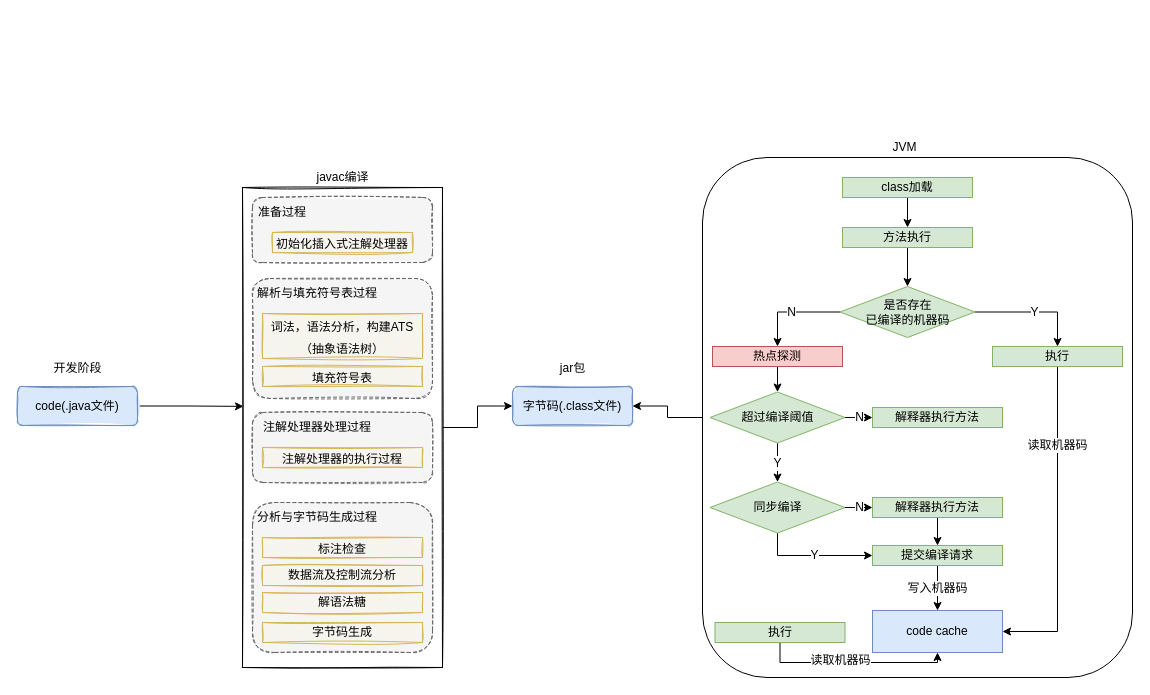
The draw.io diagram draw-io/AQS.drawio in kpsmile95/file-repository, before the edit. Source tidied: cells renumbered, new cells numbered last; positions are measured from the earlier drawing's top-left corner, leaving out a move shared by most shapes. Both pictures are drawn from the tidied source at 100%, with x=0, y=0 at pixel (17, 137).
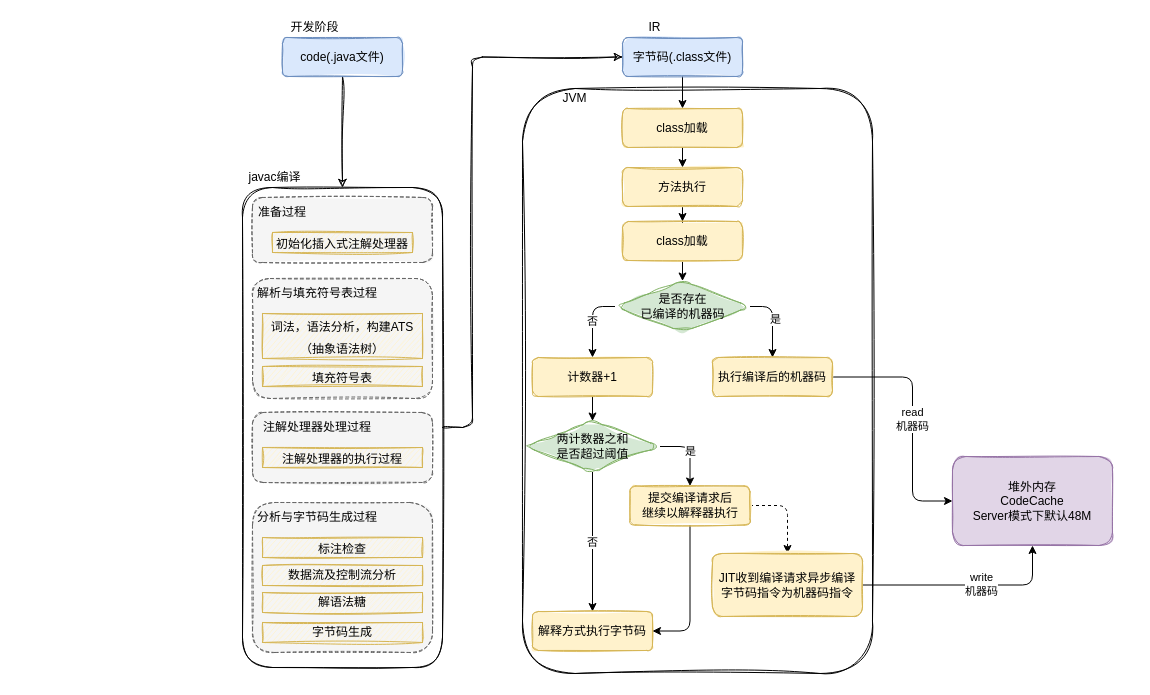
After the change.

What changed in the source:
```diff
@@
+    <mxCell id="27" style="rounded=1;whiteSpace=wrap;html=1;fontSize=12;sketch=1;curveFitting=1;jiggle=2;" parent="1" vertex="1">
+      <mxGeometry x="505" y="-49" width="350" height="585" as="geometry" />
+    </mxCell>
-    <mxCell id="2" style="edgeStyle=orthogonalEdgeStyle;rounded=0;jettySize=auto;html=1;exitX=1;exitY=0.5;exitDx=0;exitDy=0;entryX=0.005;entryY=0.456;entryDx=0;entryDy=0;entryPerimeter=0;fontSize=12;" parent="1" edge="1" source="3" target="6">
+    <mxCell id="2" style="edgeStyle=orthogonalEdgeStyle;rounded=1;jettySize=auto;html=1;exitX=0.5;exitY=1;exitDx=0;exitDy=0;entryX=0.5;entryY=0;entryDx=0;entryDy=0;sketch=1;curveFitting=1;jiggle=2;" parent="1" edge="1" source="3" target="6">
       <mxGeometry relative="1" as="geometry" />
     </mxCell>
     <mxCell id="3" value="&lt;div&gt;code(.java文件)&lt;br&gt;&lt;/div&gt;" style="rounded=1;whiteSpace=wrap;html=1;sketch=1;fillColor=#dae8fc;strokeColor=#6c8ebf;fillStyle=solid;" parent="1" vertex="1">
-      <mxGeometry y="249" width="120" height="39" as="geometry" />
+      <mxGeometry x="265" y="-100" width="120" height="39" as="geometry" />
     </mxCell>
     <mxCell id="4" value="开发阶段" style="text;html=1;strokeColor=none;fillColor=none;align=center;verticalAlign=middle;whiteSpace=wrap;rounded=0;sketch=1;" parent="1" vertex="1">
-      <mxGeometry x="27.5" y="221" width="65" height="20" as="geometry" />
+      <mxGeometry x="265" y="-120" width="65" height="20" as="geometry" />
     </mxCell>
-    <mxCell id="5" style="edgeStyle=orthogonalEdgeStyle;rounded=0;jettySize=auto;html=1;exitX=1;exitY=0.5;exitDx=0;exitDy=0;entryX=0;entryY=0.5;entryDx=0;entryDy=0;fontSize=12;" parent="1" edge="1" source="6" target="24">
-      <mxGeometry relative="1" as="geometry" />
+    <mxCell id="5" style="edgeStyle=orthogonalEdgeStyle;rounded=1;jettySize=auto;html=1;exitX=1;exitY=0.5;exitDx=0;exitDy=0;entryX=0;entryY=0.5;entryDx=0;entryDy=0;fontSize=12;sketch=1;curveFitting=1;jiggle=2;" parent="1" edge="1" source="6" target="24">
+      <mxGeometry relative="1" as="geometry">
+        <Array as="points">
+          <mxPoint x="455" y="290" />
+          <mxPoint x="455" y="-80" />
+        </Array>
+      </mxGeometry>
     </mxCell>
-    <mxCell id="6" style="rounded=0;whiteSpace=wrap;html=1;fontSize=18;sketch=1;shadow=0;glass=0;" parent="1" vertex="1">
+    <mxCell id="6" style="rounded=1;whiteSpace=wrap;html=1;fontSize=18;sketch=1;shadow=0;glass=0;" parent="1" vertex="1">
       <mxGeometry x="225" y="50" width="200" height="480" as="geometry" />
     </mxCell>
@@
     <mxCell id="23" value="javac编译" style="text;html=1;strokeColor=none;fillColor=none;align=center;verticalAlign=middle;whiteSpace=wrap;rounded=0;sketch=1;" parent="1" vertex="1">
-      <mxGeometry x="292.5" y="30" width="65" height="20" as="geometry" />
+      <mxGeometry x="225" y="30" width="65" height="20" as="geometry" />
     </mxCell>
+    <mxCell id="56" style="edgeStyle=orthogonalEdgeStyle;rounded=1;jettySize=auto;html=1;exitX=0.5;exitY=1;exitDx=0;exitDy=0;entryX=0.5;entryY=0;entryDx=0;entryDy=0;" parent="1" edge="1" source="24" target="59">
+      <mxGeometry relative="1" as="geometry" />
+    </mxCell>
     <mxCell id="24" value="字节码(.class文件)" style="rounded=1;whiteSpace=wrap;html=1;sketch=1;fillColor=#dae8fc;strokeColor=#6c8ebf;fillStyle=solid;" parent="1" vertex="1">
-      <mxGeometry x="495" y="249" width="120" height="39" as="geometry" />
+      <mxGeometry x="605" y="-100" width="120" height="39" as="geometry" />
     </mxCell>
-    <mxCell id="25" value="jar包" style="text;html=1;strokeColor=none;fillColor=none;align=center;verticalAlign=middle;whiteSpace=wrap;rounded=0;sketch=1;" parent="1" vertex="1">
-      <mxGeometry x="522.5" y="221" width="65" height="20" as="geometry" />
+    <mxCell id="25" value="IR" style="text;html=1;strokeColor=none;fillColor=none;align=center;verticalAlign=middle;whiteSpace=wrap;rounded=0;sketch=1;" parent="1" vertex="1">
+      <mxGeometry x="605" y="-120" width="65" height="20" as="geometry" />
     </mxCell>
-    <mxCell id="26" style="edgeStyle=orthogonalEdgeStyle;rounded=0;jettySize=auto;html=1;exitX=0;exitY=0.5;exitDx=0;exitDy=0;entryX=1;entryY=0.5;entryDx=0;entryDy=0;fontSize=12;" parent="1" edge="1" source="27" target="24">
-      <mxGeometry relative="1" as="geometry" />
-    </mxCell>
-    <mxCell id="27" style="rounded=1;whiteSpace=wrap;html=1;fontSize=12;" parent="1" vertex="1">
-      <mxGeometry x="685" y="20" width="430" height="520" as="geometry" />
-    </mxCell>
-    <mxCell id="28" style="edgeStyle=orthogonalEdgeStyle;rounded=0;jettySize=auto;html=1;exitX=0.5;exitY=1;exitDx=0;exitDy=0;entryX=0.5;entryY=0;entryDx=0;entryDy=0;fontSize=12;" parent="1" edge="1" source="29" target="31">
-      <mxGeometry relative="1" as="geometry" />
-    </mxCell>
-    <mxCell id="29" value="class加载" style="rounded=0;whiteSpace=wrap;html=1;fontSize=12;fillColor=#d5e8d4;strokeColor=#82b366;" parent="1" vertex="1">
-      <mxGeometry x="825" y="40" width="130" height="20" as="geometry" />
-    </mxCell>
+    <mxCell id="55" value="JVM" style="text;html=1;strokeColor=none;fillColor=none;align=center;verticalAlign=middle;whiteSpace=wrap;rounded=0;sketch=1;" parent="1" vertex="1">
+      <mxGeometry x="525" y="-49" width="65" height="20" as="geometry" />
+    </mxCell>
+    <mxCell id="57" style="edgeStyle=orthogonalEdgeStyle;rounded=0;jettySize=auto;html=1;exitX=0.5;exitY=1;exitDx=0;exitDy=0;entryX=0.5;entryY=0;entryDx=0;entryDy=0;" parent="1" edge="1" source="59" target="31">
+      <mxGeometry relative="1" as="geometry" />
+    </mxCell>
+    <mxCell id="58" style="edgeStyle=orthogonalEdgeStyle;rounded=1;jettySize=auto;html=1;" parent="1" edge="1" source="59" target="78">
+      <mxGeometry relative="1" as="geometry" />
+    </mxCell>
+    <mxCell id="59" value="class加载" style="rounded=1;whiteSpace=wrap;html=1;sketch=1;fillColor=#fff2cc;strokeColor=#d6b656;fillStyle=solid;" parent="1" vertex="1">
+      <mxGeometry x="605" y="-29" width="120" height="39" as="geometry" />
+    </mxCell>
-    <mxCell id="30" style="edgeStyle=orthogonalEdgeStyle;rounded=0;jettySize=auto;html=1;exitX=0.5;exitY=1;exitDx=0;exitDy=0;entryX=0.5;entryY=0;entryDx=0;entryDy=0;fontSize=12;" parent="1" edge="1" source="31" target="34">
+    <mxCell id="30" style="edgeStyle=orthogonalEdgeStyle;rounded=1;jettySize=auto;html=1;" parent="1" edge="1" source="31" target="34">
       <mxGeometry relative="1" as="geometry" />
     </mxCell>
-    <mxCell id="31" value="方法执行" style="rounded=0;whiteSpace=wrap;html=1;fontSize=12;fillColor=#d5e8d4;strokeColor=#82b366;" parent="1" vertex="1">
-      <mxGeometry x="825" y="90" width="130" height="20" as="geometry" />
+    <mxCell id="31" value="方法执行" style="rounded=1;whiteSpace=wrap;html=1;sketch=1;fillColor=#fff2cc;strokeColor=#d6b656;fillStyle=solid;" parent="1" vertex="1">
+      <mxGeometry x="605" y="30" width="120" height="39" as="geometry" />
     </mxCell>
-    <mxCell id="32" value="N" style="edgeStyle=orthogonalEdgeStyle;rounded=0;jettySize=auto;html=1;exitX=0;exitY=0.5;exitDx=0;exitDy=0;entryX=0.5;entryY=0;entryDx=0;entryDy=0;fontSize=12;" parent="1" edge="1" source="34" target="39">
-      <mxGeometry relative="1" as="geometry" />
-    </mxCell>
-    <mxCell id="33" value="Y" style="edgeStyle=orthogonalEdgeStyle;rounded=0;jettySize=auto;html=1;exitX=1;exitY=0.5;exitDx=0;exitDy=0;entryX=0.5;entryY=0;entryDx=0;entryDy=0;fontSize=12;" parent="1" edge="1" source="34" target="37">
-      <mxGeometry relative="1" as="geometry" />
-    </mxCell>
+    <mxCell id="60" style="edgeStyle=orthogonalEdgeStyle;rounded=1;jettySize=auto;html=1;exitX=1;exitY=0.5;exitDx=0;exitDy=0;entryX=0.5;entryY=0;entryDx=0;entryDy=0;" parent="1" edge="1" source="34" target="67">
+      <mxGeometry relative="1" as="geometry" />
+    </mxCell>
+    <mxCell id="61" value="是" style="edgeLabel;html=1;align=center;verticalAlign=middle;" parent="60" vertex="1">
+      <mxGeometry x="-0.05" y="2" relative="1" as="geometry" />
+    </mxCell>
+    <mxCell id="62" value="否" style="edgeStyle=orthogonalEdgeStyle;rounded=1;jettySize=auto;html=1;exitX=0;exitY=0.5;exitDx=0;exitDy=0;entryX=0.5;entryY=0;entryDx=0;entryDy=0;" parent="1" edge="1" source="34" target="64">
+      <mxGeometry relative="1" as="geometry" />
+    </mxCell>
-    <mxCell id="34" value="&lt;div&gt;是否存在&lt;/div&gt;&lt;div&gt;已编译的机器码&lt;/div&gt;" style="rhombus;whiteSpace=wrap;html=1;fontSize=12;fillColor=#d5e8d4;strokeColor=#82b366;" parent="1" vertex="1">
-      <mxGeometry x="822.5" y="149" width="135" height="51" as="geometry" />
+    <mxCell id="34" value="&lt;div&gt;是否存在&lt;/div&gt;&lt;div&gt;已编译的机器码&lt;/div&gt;" style="rhombus;whiteSpace=wrap;html=1;fontSize=12;fillColor=#d5e8d4;strokeColor=#82b366;fillStyle=solid;rounded=1;sketch=1;curveFitting=1;jiggle=2;" parent="1" vertex="1">
+      <mxGeometry x="597.5" y="143.5" width="135" height="51" as="geometry" />
     </mxCell>
-    <mxCell id="35" style="edgeStyle=orthogonalEdgeStyle;rounded=0;jettySize=auto;html=1;exitX=0.5;exitY=1;exitDx=0;exitDy=0;entryX=1;entryY=0.5;entryDx=0;entryDy=0;fontSize=12;" parent="1" edge="1" source="37" target="51">
-      <mxGeometry relative="1" as="geometry" />
-    </mxCell>
-    <mxCell id="36" value="读取机器码" style="edgeLabel;html=1;align=center;verticalAlign=middle;fontSize=12;" parent="35" vertex="1">
-      <mxGeometry x="-0.51" y="-1" relative="1" as="geometry" />
-    </mxCell>
-    <mxCell id="37" value="执行" style="rounded=0;whiteSpace=wrap;html=1;fontSize=12;fillColor=#d5e8d4;strokeColor=#82b366;" parent="1" vertex="1">
-      <mxGeometry x="975" y="209" width="130" height="20" as="geometry" />
-    </mxCell>
-    <mxCell id="38" style="edgeStyle=orthogonalEdgeStyle;rounded=0;jettySize=auto;html=1;exitX=0.5;exitY=1;exitDx=0;exitDy=0;entryX=0.5;entryY=0;entryDx=0;entryDy=0;fontSize=12;" parent="1" edge="1" source="39" target="42">
-      <mxGeometry relative="1" as="geometry" />
-    </mxCell>
-    <mxCell id="39" value="热点探测" style="rounded=0;whiteSpace=wrap;html=1;fontSize=12;fillColor=#f8cecc;strokeColor=#b85450;" parent="1" vertex="1">
-      <mxGeometry x="695" y="209" width="130" height="20" as="geometry" />
-    </mxCell>
-    <mxCell id="40" value="Y" style="edgeStyle=orthogonalEdgeStyle;rounded=0;jettySize=auto;html=1;exitX=0.5;exitY=1;exitDx=0;exitDy=0;entryX=0.5;entryY=0;entryDx=0;entryDy=0;fontSize=12;" parent="1" edge="1" source="42" target="48">
-      <mxGeometry relative="1" as="geometry" />
-    </mxCell>
-    <mxCell id="41" value="N" style="edgeStyle=orthogonalEdgeStyle;rounded=0;jettySize=auto;html=1;exitX=1;exitY=0.5;exitDx=0;exitDy=0;entryX=0;entryY=0.5;entryDx=0;entryDy=0;fontSize=12;" parent="1" edge="1" source="42" target="43">
-      <mxGeometry relative="1" as="geometry" />
-    </mxCell>
-    <mxCell id="42" value="超过编译阈值" style="rhombus;whiteSpace=wrap;html=1;fontSize=12;fillColor=#d5e8d4;strokeColor=#82b366;" parent="1" vertex="1">
-      <mxGeometry x="692.5" y="254.5" width="135" height="51" as="geometry" />
-    </mxCell>
-    <mxCell id="43" value="解释器执行方法" style="rounded=0;whiteSpace=wrap;html=1;fontSize=12;fillColor=#d5e8d4;strokeColor=#82b366;" parent="1" vertex="1">
-      <mxGeometry x="855" y="270" width="130" height="20" as="geometry" />
-    </mxCell>
-    <mxCell id="44" style="edgeStyle=orthogonalEdgeStyle;rounded=0;jettySize=auto;html=1;exitX=0.5;exitY=1;exitDx=0;exitDy=0;entryX=0.5;entryY=0;entryDx=0;entryDy=0;fontSize=12;" parent="1" edge="1" source="45" target="50">
-      <mxGeometry relative="1" as="geometry" />
-    </mxCell>
-    <mxCell id="45" value="解释器执行方法" style="rounded=0;whiteSpace=wrap;html=1;fontSize=12;fillColor=#d5e8d4;strokeColor=#82b366;" parent="1" vertex="1">
-      <mxGeometry x="855" y="360" width="130" height="20" as="geometry" />
-    </mxCell>
-    <mxCell id="46" value="N" style="edgeStyle=orthogonalEdgeStyle;rounded=0;jettySize=auto;html=1;exitX=1;exitY=0.5;exitDx=0;exitDy=0;entryX=0;entryY=0.5;entryDx=0;entryDy=0;fontSize=12;" parent="1" edge="1" source="48" target="45">
-      <mxGeometry relative="1" as="geometry" />
-    </mxCell>
-    <mxCell id="47" value="Y" style="edgeStyle=orthogonalEdgeStyle;rounded=0;jettySize=auto;html=1;exitX=0.5;exitY=1;exitDx=0;exitDy=0;entryX=0;entryY=0.5;entryDx=0;entryDy=0;fontSize=12;" parent="1" edge="1" source="48" target="50">
-      <mxGeometry relative="1" as="geometry" />
-    </mxCell>
-    <mxCell id="48" value="同步编译" style="rhombus;whiteSpace=wrap;html=1;fontSize=12;fillColor=#d5e8d4;strokeColor=#82b366;" parent="1" vertex="1">
-      <mxGeometry x="692.5" y="344.5" width="135" height="51" as="geometry" />
-    </mxCell>
-    <mxCell id="49" value="写入机器码" style="edgeStyle=orthogonalEdgeStyle;rounded=0;jettySize=auto;html=1;fontSize=12;" parent="1" edge="1" source="50" target="51">
-      <mxGeometry relative="1" as="geometry" />
-    </mxCell>
-    <mxCell id="50" value="提交编译请求" style="rounded=0;whiteSpace=wrap;html=1;fontSize=12;fillColor=#d5e8d4;strokeColor=#82b366;" parent="1" vertex="1">
-      <mxGeometry x="855" y="408" width="130" height="20" as="geometry" />
-    </mxCell>
-    <mxCell id="51" value="code cache" style="rounded=0;whiteSpace=wrap;html=1;fontSize=12;fillColor=#dae8fc;strokeColor=#6c8ebf;" parent="1" vertex="1">
-      <mxGeometry x="855" y="473" width="130" height="42" as="geometry" />
-    </mxCell>
-    <mxCell id="52" style="edgeStyle=orthogonalEdgeStyle;rounded=0;jettySize=auto;html=1;exitX=0.5;exitY=1;exitDx=0;exitDy=0;entryX=0.5;entryY=1;entryDx=0;entryDy=0;fontSize=12;" parent="1" edge="1" source="54" target="51">
-      <mxGeometry relative="1" as="geometry" />
-    </mxCell>
-    <mxCell id="53" value="读取机器码" style="edgeLabel;html=1;align=center;verticalAlign=middle;fontSize=12;" parent="52" vertex="1">
-      <mxGeometry x="-0.16" y="3" relative="1" as="geometry">
-        <mxPoint x="1" as="offset" />
-      </mxGeometry>
-    </mxCell>
-    <mxCell id="54" value="执行" style="rounded=0;whiteSpace=wrap;html=1;fontSize=12;fillColor=#d5e8d4;strokeColor=#82b366;" parent="1" vertex="1">
-      <mxGeometry x="697.5" y="485" width="130" height="20" as="geometry" />
-    </mxCell>
-    <mxCell id="55" value="JVM" style="text;html=1;strokeColor=none;fillColor=none;align=center;verticalAlign=middle;whiteSpace=wrap;rounded=0;sketch=1;" parent="1" vertex="1">
-      <mxGeometry x="855" width="65" height="20" as="geometry" />
-    </mxCell>
+    <mxCell id="63" style="edgeStyle=orthogonalEdgeStyle;rounded=1;jettySize=auto;html=1;exitX=0.5;exitY=1;exitDx=0;exitDy=0;entryX=0.5;entryY=0;entryDx=0;entryDy=0;" parent="1" edge="1" source="64" target="70">
+      <mxGeometry relative="1" as="geometry" />
+    </mxCell>
+    <mxCell id="64" value="计数器+1" style="rounded=1;whiteSpace=wrap;html=1;sketch=1;fillColor=#fff2cc;strokeColor=#d6b656;fillStyle=solid;" parent="1" vertex="1">
+      <mxGeometry x="515" y="220" width="120" height="39" as="geometry" />
+    </mxCell>
+    <mxCell id="65" value="&lt;div&gt;堆外内存&lt;/div&gt;&lt;div&gt;CodeCache&lt;br&gt;&lt;/div&gt;&lt;div&gt;Server模式下默认48M&lt;br&gt;&lt;/div&gt;" style="rounded=1;whiteSpace=wrap;html=1;sketch=1;fillColor=#e1d5e7;strokeColor=#9673a6;fillStyle=solid;" parent="1" vertex="1">
+      <mxGeometry x="935" y="319" width="160" height="89" as="geometry" />
+    </mxCell>
+    <mxCell id="66" value="&lt;div&gt;read&lt;/div&gt;&lt;div&gt;机器码&lt;br&gt;&lt;/div&gt;" style="edgeStyle=orthogonalEdgeStyle;rounded=1;jettySize=auto;html=1;exitX=1;exitY=0.5;exitDx=0;exitDy=0;entryX=0;entryY=0.5;entryDx=0;entryDy=0;" parent="1" edge="1" source="67" target="65">
+      <mxGeometry relative="1" as="geometry">
+        <Array as="points">
+          <mxPoint x="895" y="240" />
+          <mxPoint x="895" y="364" />
+        </Array>
+      </mxGeometry>
+    </mxCell>
+    <mxCell id="67" value="执行编译后的机器码" style="rounded=1;whiteSpace=wrap;html=1;sketch=1;fillColor=#fff2cc;strokeColor=#d6b656;fillStyle=solid;" parent="1" vertex="1">
+      <mxGeometry x="695" y="220" width="120" height="39" as="geometry" />
+    </mxCell>
+    <mxCell id="68" value="否" style="edgeStyle=orthogonalEdgeStyle;rounded=1;jettySize=auto;html=1;exitX=0.5;exitY=1;exitDx=0;exitDy=0;entryX=0.5;entryY=0;entryDx=0;entryDy=0;" parent="1" edge="1" source="70" target="71">
+      <mxGeometry relative="1" as="geometry" />
+    </mxCell>
+    <mxCell id="69" value="是" style="edgeStyle=orthogonalEdgeStyle;rounded=1;jettySize=auto;html=1;exitX=1;exitY=0.5;exitDx=0;exitDy=0;entryX=0.5;entryY=0;entryDx=0;entryDy=0;" parent="1" edge="1" source="70" target="74">
+      <mxGeometry relative="1" as="geometry" />
+    </mxCell>
+    <mxCell id="70" value="&lt;div&gt;两计数器之和&lt;/div&gt;&lt;div&gt;是否超过阈值&lt;/div&gt;" style="rhombus;whiteSpace=wrap;html=1;fontSize=12;fillColor=#d5e8d4;strokeColor=#82b366;fillStyle=solid;rounded=1;sketch=1;curveFitting=1;jiggle=2;" parent="1" vertex="1">
+      <mxGeometry x="507.5" y="283.5" width="135" height="51" as="geometry" />
+    </mxCell>
+    <mxCell id="71" value="解释方式执行字节码" style="rounded=1;whiteSpace=wrap;html=1;sketch=1;fillColor=#fff2cc;strokeColor=#d6b656;fillStyle=solid;" parent="1" vertex="1">
+      <mxGeometry x="515" y="474" width="120" height="39" as="geometry" />
+    </mxCell>
+    <mxCell id="72" style="edgeStyle=orthogonalEdgeStyle;rounded=1;jettySize=auto;html=1;exitX=0.5;exitY=1;exitDx=0;exitDy=0;entryX=1;entryY=0.5;entryDx=0;entryDy=0;" parent="1" edge="1" source="74" target="71">
+      <mxGeometry relative="1" as="geometry" />
+    </mxCell>
+    <mxCell id="73" style="edgeStyle=orthogonalEdgeStyle;rounded=1;jettySize=auto;html=1;exitX=1;exitY=0.5;exitDx=0;exitDy=0;entryX=0.5;entryY=0;entryDx=0;entryDy=0;dashed=1;" parent="1" edge="1" source="74" target="77">
+      <mxGeometry relative="1" as="geometry" />
+    </mxCell>
+    <mxCell id="74" value="&lt;div&gt;提交编译请求后&lt;/div&gt;&lt;div&gt;继续以解释器执行&lt;br&gt;&lt;/div&gt;" style="rounded=1;whiteSpace=wrap;html=1;sketch=1;fillColor=#fff2cc;strokeColor=#d6b656;fillStyle=solid;" parent="1" vertex="1">
+      <mxGeometry x="612.5" y="348.5" width="120" height="39" as="geometry" />
+    </mxCell>
+    <mxCell id="75" style="edgeStyle=orthogonalEdgeStyle;rounded=1;jettySize=auto;html=1;exitX=1;exitY=0.5;exitDx=0;exitDy=0;entryX=0.5;entryY=1;entryDx=0;entryDy=0;" parent="1" edge="1" source="77" target="65">
+      <mxGeometry relative="1" as="geometry" />
+    </mxCell>
+    <mxCell id="76" value="&lt;div&gt;write&lt;/div&gt;&lt;div&gt;机器码&lt;br&gt;&lt;/div&gt;" style="edgeLabel;html=1;align=center;verticalAlign=middle;" parent="75" vertex="1">
+      <mxGeometry x="0.13" y="2" relative="1" as="geometry">
+        <mxPoint y="1" as="offset" />
+      </mxGeometry>
+    </mxCell>
+    <mxCell id="77" value="JIT收到编译请求异步编译字节码指令为机器码指令" style="rounded=1;whiteSpace=wrap;html=1;sketch=1;fillColor=#fff2cc;strokeColor=#d6b656;fillStyle=solid;" parent="1" vertex="1">
+      <mxGeometry x="695" y="416" width="150" height="63" as="geometry" />
+    </mxCell>
+    <mxCell id="78" value="class加载" style="rounded=1;whiteSpace=wrap;html=1;sketch=1;fillColor=#fff2cc;strokeColor=#d6b656;fillStyle=solid;" parent="1" vertex="1">
+      <mxGeometry x="605" y="84" width="120" height="39" as="geometry" />
+    </mxCell>
```
